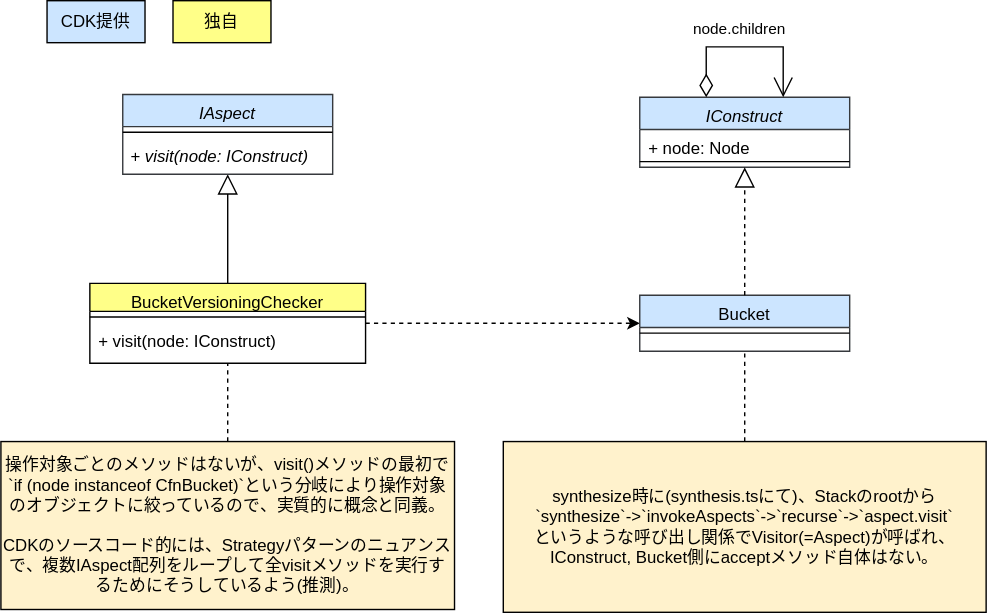
The draw.io diagram drawio/visitor/visitor-cdk-simplified.drawio.svg in go-to-k/cdk-gof-design-pattern, before a commit. Source tidied: cells renumbered, new cells last; positions are measured from the earlier drawing's top-left corner, leaving out a move shared by most shapes.
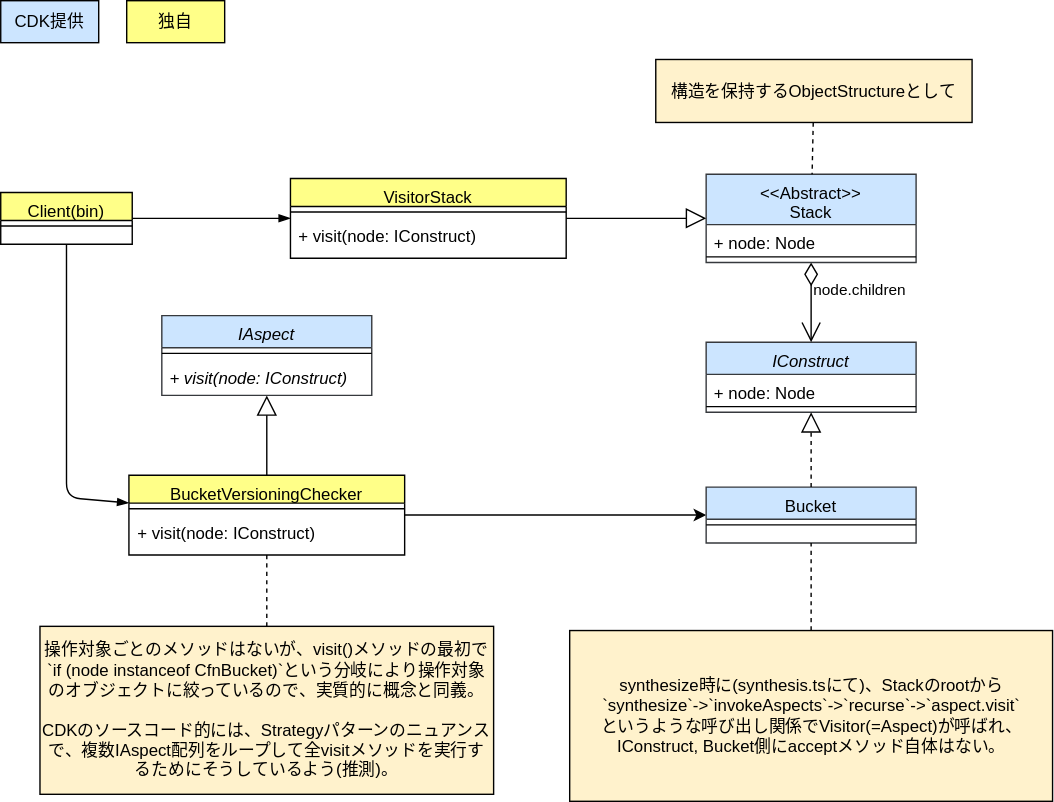
Later version of the same file.

Commit message:
update visitor diagrams and codes

The edit, as a diff of the source:
```diff
@@ -3,16 +3,16 @@
     <mxCell id="0" />
     <mxCell id="1" parent="0" />
     <mxCell id="2" value="独自" style="rounded=0;whiteSpace=wrap;html=1;fillColor=#ffff88;strokeColor=#000000;fontColor=#000000;" parent="1" vertex="1">
-      <mxGeometry x="123" width="70" height="30" as="geometry" />
+      <mxGeometry x="62" y="-67" width="70" height="30" as="geometry" />
     </mxCell>
     <mxCell id="3" value="CDK提供" style="rounded=0;whiteSpace=wrap;html=1;fillColor=#cce5ff;strokeColor=#000000;fontColor=#000000;" parent="1" vertex="1">
-      <mxGeometry x="33" width="70" height="30" as="geometry" />
+      <mxGeometry x="-28" y="-67" width="70" height="30" as="geometry" />
     </mxCell>
-    <mxCell id="4" style="edgeStyle=none;html=1;dashed=1;strokeColor=#000000;endArrow=classic;endFill=1;" parent="1" edge="1" source="5" target="12">
+    <mxCell id="4" style="edgeStyle=none;html=1;strokeColor=#000000;endArrow=classic;endFill=1;" parent="1" edge="1" source="5" target="12">
       <mxGeometry relative="1" as="geometry" />
     </mxCell>
     <mxCell id="5" value="BucketVersioningChecker" style="swimlane;fontStyle=0;align=center;verticalAlign=top;horizontal=1;startSize=20;rounded=0;shadow=0;strokeWidth=1;fillColor=#ffff88;strokeColor=#000000;fontColor=#000000;" parent="1" vertex="1">
-      <mxGeometry x="63.6" y="202" width="197" height="57" as="geometry" />
+      <mxGeometry x="63.6" y="272" width="197" height="57" as="geometry" />
     </mxCell>
     <mxCell id="6" style="line;html=1;strokeWidth=1;align=left;verticalAlign=middle;spacingTop=-1;spacingLeft=3;spacingRight=3;labelPosition=right;fontColor=#000000;strokeColor=#000000;" parent="5" vertex="1">
       <mxGeometry y="20" width="197" height="8" as="geometry" />
@@ -24,7 +24,7 @@
       <mxGeometry relative="1" as="geometry" />
     </mxCell>
     <mxCell id="9" value="IAspect" style="swimlane;fontStyle=2;align=center;verticalAlign=top;horizontal=1;startSize=23;rounded=0;shadow=0;strokeWidth=1;fillColor=#cce5ff;strokeColor=#36393d;fontColor=#000000;" parent="1" vertex="1">
-      <mxGeometry x="87.1" y="67" width="150" height="57" as="geometry" />
+      <mxGeometry x="87.1" y="158" width="150" height="57" as="geometry" />
     </mxCell>
     <mxCell id="10" style="line;html=1;strokeWidth=1;align=left;verticalAlign=middle;spacingTop=-1;spacingLeft=3;spacingRight=3;labelPosition=right;fontColor=#000000;strokeColor=#000000;" parent="9" vertex="1">
       <mxGeometry y="23" width="150" height="8" as="geometry" />
@@ -33,13 +33,13 @@
       <mxGeometry y="31" width="150" height="19" as="geometry" />
     </mxCell>
     <mxCell id="12" value="Bucket" style="swimlane;fontStyle=0;align=center;verticalAlign=top;horizontal=1;startSize=23;rounded=0;shadow=0;strokeWidth=1;fillColor=#cce5ff;strokeColor=#36393d;fontColor=#000000;" parent="1" vertex="1">
-      <mxGeometry x="456.5" y="210.5" width="150" height="40" as="geometry" />
+      <mxGeometry x="476" y="280.5" width="150" height="40" as="geometry" />
     </mxCell>
     <mxCell id="13" style="line;html=1;strokeWidth=1;align=left;verticalAlign=middle;spacingTop=-1;spacingLeft=3;spacingRight=3;labelPosition=right;fontColor=#000000;strokeColor=#000000;" parent="12" vertex="1">
       <mxGeometry y="23" width="150" height="8" as="geometry" />
     </mxCell>
     <mxCell id="14" value="IConstruct" style="swimlane;fontStyle=2;align=center;verticalAlign=top;horizontal=1;startSize=23;rounded=0;shadow=0;strokeWidth=1;fillColor=#cce5ff;strokeColor=#36393d;fontColor=#000000;" parent="1" vertex="1">
-      <mxGeometry x="456.5" y="69" width="150" height="50" as="geometry" />
+      <mxGeometry x="476" y="177" width="150" height="50" as="geometry" />
     </mxCell>
     <mxCell id="15" value="+&amp;nbsp;node: Node" style="text;strokeColor=none;fillColor=none;align=left;verticalAlign=top;spacingLeft=4;spacingRight=4;overflow=hidden;whiteSpace=wrap;html=1;fontColor=#000000;" parent="14" vertex="1">
       <mxGeometry y="23" width="150" height="19" as="geometry" />
@@ -54,21 +54,59 @@
       <mxGeometry relative="1" as="geometry" />
     </mxCell>
     <mxCell id="19" value="操作対象ごとのメソッドはないが、visit()メソッドの最初で`if (node instanceof CfnBucket)`という分岐により操作対象のオブジェクトに絞っているので、実質的に概念と同義。&lt;br&gt;&lt;br&gt;CDKのソースコード的には、Strategyパターンのニュアンスで、複数IAspect配列をループして全visitメソッドを実行するためにそうしているよう(推測)。" style="text;html=1;strokeColor=#000000;fillColor=#fff2cc;align=center;verticalAlign=middle;whiteSpace=wrap;rounded=0;fontColor=#000000;" parent="1" vertex="1">
-      <mxGeometry y="315" width="324.1" height="120" as="geometry" />
+      <mxGeometry y="380" width="324.1" height="120" as="geometry" />
     </mxCell>
     <mxCell id="20" style="edgeStyle=none;html=1;dashed=1;strokeColor=#000000;endArrow=none;endFill=0;" parent="1" edge="1" source="21" target="12">
       <mxGeometry relative="1" as="geometry" />
     </mxCell>
     <mxCell id="21" value="synthesize時に(synthesis.tsにて)、Stackのrootから&lt;br&gt;`synthesize`-&amp;gt;`invokeAspects`-&amp;gt;`recurse`-&amp;gt;`aspect.visit`&lt;br&gt;というような呼び出し関係でVisitor(=Aspect)が呼ばれ、&lt;br&gt;IConstruct, Bucket側にacceptメソッド自体はない。" style="text;html=1;strokeColor=#000000;fillColor=#fff2cc;align=center;verticalAlign=middle;whiteSpace=wrap;rounded=0;fontColor=#000000;" parent="1" vertex="1">
-      <mxGeometry x="359" y="315" width="345" height="122" as="geometry" />
+      <mxGeometry x="378.5" y="383" width="345" height="122" as="geometry" />
     </mxCell>
-    <mxCell id="22" value="node.children" style="endArrow=open;html=1;endSize=12;startArrow=diamondThin;startSize=14;startFill=0;edgeStyle=orthogonalEdgeStyle;align=left;verticalAlign=bottom;rounded=0;fontColor=#000000;strokeColor=#000000;labelBackgroundColor=none;" parent="1" edge="1" source="14" target="14">
-      <mxGeometry x="-0.43" y="12" relative="1" as="geometry">
-        <Array as="points">
-          <mxPoint x="559" y="33" />
-        </Array>
-        <mxPoint x="-11" y="8" as="offset" />
-      </mxGeometry>
+    <mxCell id="22" value="node.children" style="endArrow=open;html=1;endSize=12;startArrow=diamondThin;startSize=14;startFill=0;edgeStyle=orthogonalEdgeStyle;align=left;verticalAlign=bottom;rounded=0;fontColor=#000000;strokeColor=#000000;labelBackgroundColor=none;" parent="1" edge="1" source="23" target="14">
+      <mxGeometry relative="1" as="geometry" />
     </mxCell>
+    <mxCell id="23" value="&lt;&lt;Abstract&gt;&gt;&#10;Stack" style="swimlane;fontStyle=0;align=center;verticalAlign=top;horizontal=1;startSize=36;rounded=0;shadow=0;strokeWidth=1;fillColor=#cce5ff;strokeColor=#36393d;fontColor=#000000;" parent="1" vertex="1">
+      <mxGeometry x="476" y="57" width="150" height="63" as="geometry" />
+    </mxCell>
+    <mxCell id="24" value="+&amp;nbsp;node: Node" style="text;strokeColor=none;fillColor=none;align=left;verticalAlign=top;spacingLeft=4;spacingRight=4;overflow=hidden;whiteSpace=wrap;html=1;fontColor=#000000;" parent="23" vertex="1">
+      <mxGeometry y="36" width="150" height="19" as="geometry" />
+    </mxCell>
+    <mxCell id="25" style="line;html=1;strokeWidth=1;align=left;verticalAlign=middle;spacingTop=-1;spacingLeft=3;spacingRight=3;labelPosition=right;fontColor=#000000;strokeColor=#000000;" parent="23" vertex="1">
+      <mxGeometry y="55" width="150" height="8" as="geometry" />
+    </mxCell>
+    <mxCell id="26" value="VisitorStack" style="swimlane;fontStyle=0;align=center;verticalAlign=top;horizontal=1;startSize=20;rounded=0;shadow=0;strokeWidth=1;fillColor=#ffff88;strokeColor=#000000;fontColor=#000000;" parent="1" vertex="1">
+      <mxGeometry x="179" y="60" width="197" height="57" as="geometry" />
+    </mxCell>
+    <mxCell id="27" style="line;html=1;strokeWidth=1;align=left;verticalAlign=middle;spacingTop=-1;spacingLeft=3;spacingRight=3;labelPosition=right;fontColor=#000000;strokeColor=#000000;" parent="26" vertex="1">
+      <mxGeometry y="20" width="197" height="8" as="geometry" />
+    </mxCell>
+    <mxCell id="28" value="+ visit(node: IConstruct)" style="text;strokeColor=none;fillColor=none;align=left;verticalAlign=top;spacingLeft=4;spacingRight=4;overflow=hidden;whiteSpace=wrap;html=1;fontColor=#000000;" parent="26" vertex="1">
+      <mxGeometry y="28" width="197" height="19" as="geometry" />
+    </mxCell>
+    <mxCell id="29" style="endArrow=block;endFill=0;endSize=12;html=1;rounded=0;fontColor=#000000;strokeColor=#000000;" parent="1" edge="1" source="26" target="23">
+      <mxGeometry relative="1" as="geometry" />
+    </mxCell>
+    <mxCell id="30" style="edgeStyle=none;html=1;strokeColor=#000000;endArrow=blockThin;endFill=1;" parent="1" edge="1" source="32" target="26">
+      <mxGeometry relative="1" as="geometry" />
+    </mxCell>
+    <mxCell id="31" style="edgeStyle=none;html=1;strokeColor=#000000;endArrow=blockThin;endFill=1;" parent="1" edge="1" source="32" target="5">
+      <mxGeometry relative="1" as="geometry">
+        <Array as="points">
+          <mxPoint x="19" y="288" />
+        </Array>
+      </mxGeometry>
+    </mxCell>
+    <mxCell id="32" value="Client(bin)" style="swimlane;fontStyle=0;align=center;verticalAlign=top;horizontal=1;startSize=20;rounded=0;shadow=0;strokeWidth=1;fillColor=#ffff88;strokeColor=#000000;fontColor=#000000;" parent="1" vertex="1">
+      <mxGeometry x="-28" y="70" width="94" height="37" as="geometry" />
+    </mxCell>
+    <mxCell id="33" style="line;html=1;strokeWidth=1;align=left;verticalAlign=middle;spacingTop=-1;spacingLeft=3;spacingRight=3;labelPosition=right;fontColor=#000000;strokeColor=#000000;" parent="32" vertex="1">
+      <mxGeometry y="20" width="94" height="8" as="geometry" />
+    </mxCell>
+    <mxCell id="34" value="構造を保持するObjectStructureとして" style="text;html=1;strokeColor=#000000;fillColor=#fff2cc;align=center;verticalAlign=middle;whiteSpace=wrap;rounded=0;fontColor=#000000;" parent="1" vertex="1">
+      <mxGeometry x="440" y="-25" width="226" height="45" as="geometry" />
+    </mxCell>
+    <mxCell id="35" style="edgeStyle=none;html=1;strokeColor=#000000;endArrow=none;endFill=0;dashed=1;" parent="1" edge="1" source="34" target="23">
+      <mxGeometry relative="1" as="geometry" />
+    </mxCell>
   </root>
 </mxGraphModel>
```
